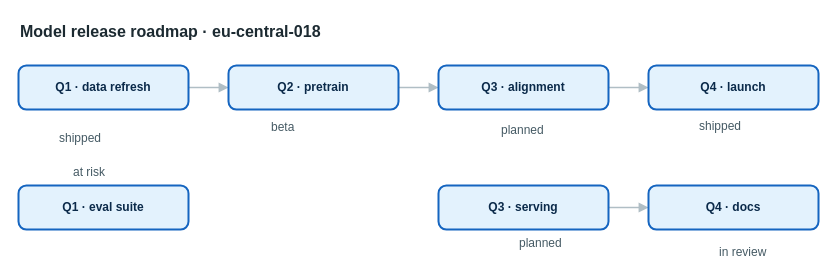
This is apps/web/public/samples/library/018-model-release-roadmap.drawio from AryanG01/open-apprentice, a draw.io file, before an edit. Source tidied: cells renumbered, new cells numbered last; positions are measured from the earlier drawing's top-left corner, leaving out a move shared by most shapes. Both pictures are drawn from the tidied source at 100%, with x=0, y=0 at pixel (18, 17).
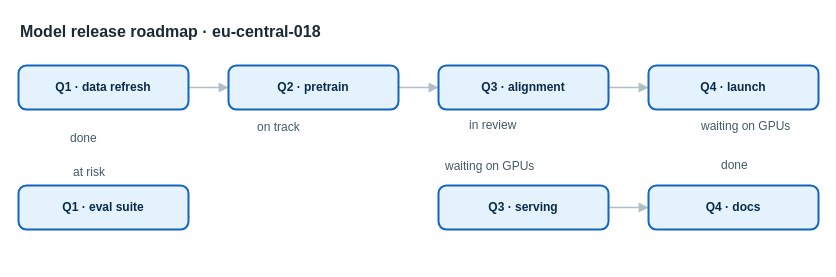
Above is the later version.

Change to the diagram source:
```diff
@@
-    <mxCell id="14" value="shipped" style="text;html=1;align=left;verticalAlign=top;whiteSpace=nowrap;spacing=0;spacingTop=0;strokeColor=none;fillColor=none;fontSize=12;fontColor=#455a64;" parent="1" vertex="1">
-      <mxGeometry x="41" y="109" width="61" height="20" as="geometry" />
+    <mxCell id="14" value="done" style="text;html=1;align=left;verticalAlign=top;whiteSpace=nowrap;spacing=0;spacingTop=0;strokeColor=none;fillColor=none;fontSize=12;fontColor=#455a64;" parent="1" vertex="1">
+      <mxGeometry x="52" y="109" width="40" height="20" as="geometry" />
     </mxCell>
-    <mxCell id="15" value="beta" style="text;html=1;align=left;verticalAlign=top;whiteSpace=nowrap;spacing=0;spacingTop=0;strokeColor=none;fillColor=none;fontSize=12;fontColor=#455a64;" parent="1" vertex="1">
-      <mxGeometry x="253" y="98" width="40" height="20" as="geometry" />
+    <mxCell id="15" value="on track" style="text;html=1;align=left;verticalAlign=top;whiteSpace=nowrap;spacing=0;spacingTop=0;strokeColor=none;fillColor=none;fontSize=12;fontColor=#455a64;" parent="1" vertex="1">
+      <mxGeometry x="239" y="98" width="68" height="20" as="geometry" />
     </mxCell>
-    <mxCell id="16" value="planned" style="text;html=1;align=left;verticalAlign=top;whiteSpace=nowrap;spacing=0;spacingTop=0;strokeColor=none;fillColor=none;fontSize=12;fontColor=#455a64;" parent="1" vertex="1">
-      <mxGeometry x="483" y="101" width="61" height="20" as="geometry" />
+    <mxCell id="16" value="in review" style="text;html=1;align=left;verticalAlign=top;whiteSpace=nowrap;spacing=0;spacingTop=0;strokeColor=none;fillColor=none;fontSize=12;fontColor=#455a64;" parent="1" vertex="1">
+      <mxGeometry x="451" y="96" width="75" height="20" as="geometry" />
     </mxCell>
-    <mxCell id="17" value="shipped" style="text;html=1;align=left;verticalAlign=top;whiteSpace=nowrap;spacing=0;spacingTop=0;strokeColor=none;fillColor=none;fontSize=12;fontColor=#455a64;" parent="1" vertex="1">
-      <mxGeometry x="681" y="97" width="61" height="20" as="geometry" />
+    <mxCell id="17" value="waiting on GPUs" style="text;html=1;align=left;verticalAlign=top;whiteSpace=nowrap;spacing=0;spacingTop=0;strokeColor=none;fillColor=none;fontSize=12;fontColor=#455a64;" parent="1" vertex="1">
+      <mxGeometry x="683" y="97" width="117" height="20" as="geometry" />
     </mxCell>
@@
-    <mxCell id="19" value="planned" style="text;html=1;align=left;verticalAlign=top;whiteSpace=nowrap;spacing=0;spacingTop=0;strokeColor=none;fillColor=none;fontSize=12;fontColor=#455a64;" parent="1" vertex="1">
-      <mxGeometry x="501" y="214" width="61" height="20" as="geometry" />
+    <mxCell id="19" value="waiting on GPUs" style="text;html=1;align=left;verticalAlign=top;whiteSpace=nowrap;spacing=0;spacingTop=0;strokeColor=none;fillColor=none;fontSize=12;fontColor=#455a64;" parent="1" vertex="1">
+      <mxGeometry x="427" y="137" width="117" height="20" as="geometry" />
     </mxCell>
-    <mxCell id="20" value="in review" style="text;html=1;align=left;verticalAlign=top;whiteSpace=nowrap;spacing=0;spacingTop=0;strokeColor=none;fillColor=none;fontSize=12;fontColor=#455a64;" parent="1" vertex="1">
-      <mxGeometry x="701" y="223" width="75" height="20" as="geometry" />
+    <mxCell id="20" value="done" style="text;html=1;align=left;verticalAlign=top;whiteSpace=nowrap;spacing=0;spacingTop=0;strokeColor=none;fillColor=none;fontSize=12;fontColor=#455a64;" parent="1" vertex="1">
+      <mxGeometry x="703" y="136" width="40" height="20" as="geometry" />
     </mxCell>
```
